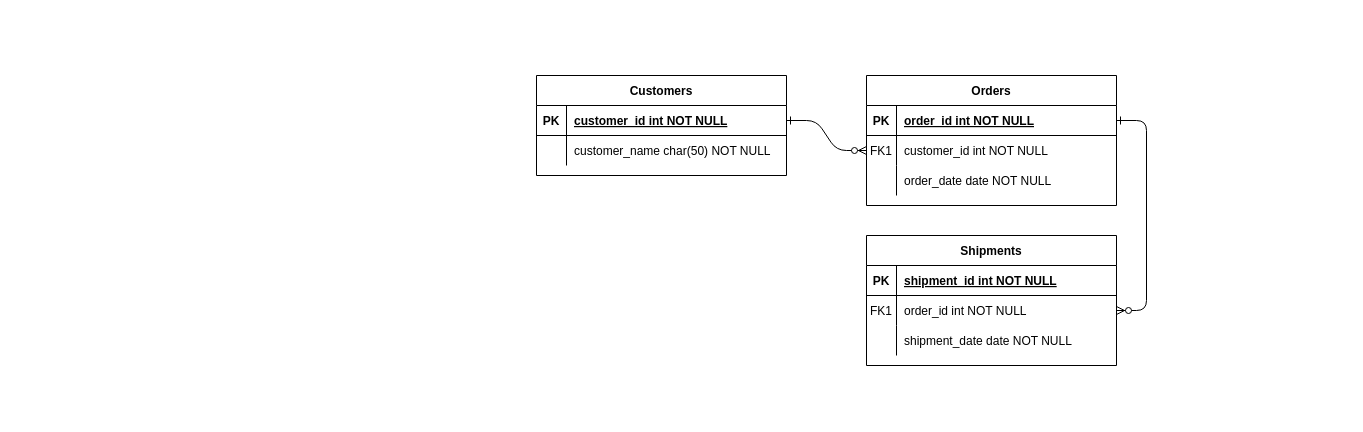
Before: validate_subsequence/Untitled Diagram.drawio in robisonJohn/Arrays, a draw.io diagram. Source tidied: cells renumbered, new cells numbered last; positions are measured from the earlier drawing's top-left corner, leaving out a move shared by most shapes. Both pictures are drawn from the tidied source at 100%, with x=0, y=0 at pixel (536, 75).
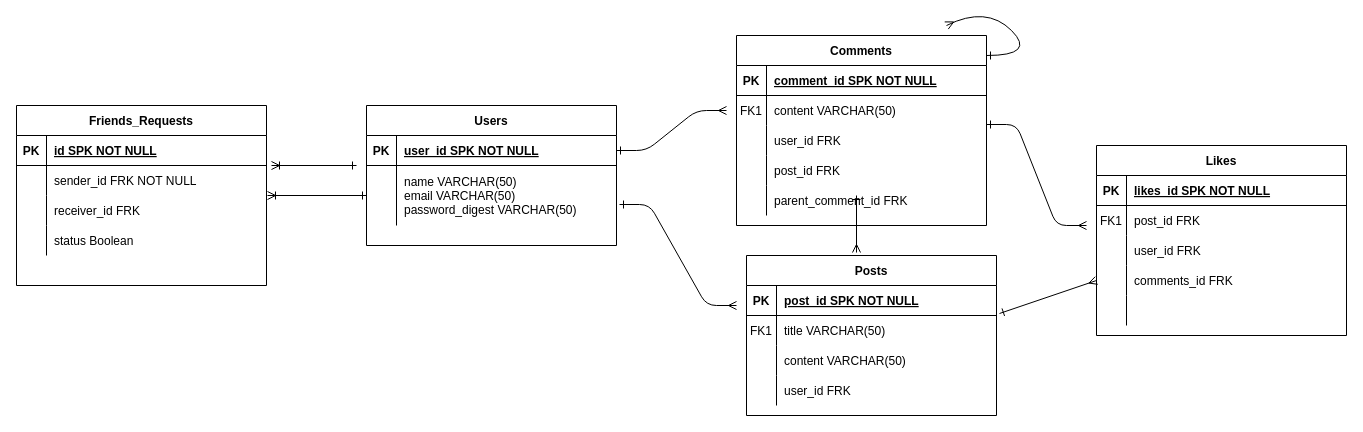
After the change.

Unchanged cells that the change refers to:
```xml
<mxCell id="5" style="shape=partialRectangle;fillColor=none;points=[[0,0.5],[1,0.5]];portConstraint=eastwest;top=0;left=0;right=0;bottom=1;" parent="4" vertex="1">
  <mxGeometry y="30" width="250" height="30" as="geometry" />
</mxCell>
<mxCell id="8" style="shape=partialRectangle;fillColor=none;points=[[0,0.5],[1,0.5]];portConstraint=eastwest;top=0;left=0;right=0;bottom=0;" parent="4" vertex="1">
  <mxGeometry y="60" width="250" height="30" as="geometry" />
</mxCell>
<mxCell id="11" style="shape=partialRectangle;fillColor=none;top=0;left=0;right=0;bottom=0;" parent="4" vertex="1">
  <mxGeometry y="90" width="250" height="30" as="geometry" />
</mxCell>
<mxCell id="15" style="shape=partialRectangle;fillColor=none;points=[[0,0.5],[1,0.5]];portConstraint=eastwest;top=0;left=0;right=0;bottom=1;" parent="14" vertex="1">
  <mxGeometry y="30" width="250" height="30" as="geometry" />
</mxCell>
<mxCell id="18" style="shape=partialRectangle;fillColor=none;points=[[0,0.5],[1,0.5]];portConstraint=eastwest;top=0;left=0;right=0;bottom=0;" parent="14" vertex="1">
  <mxGeometry y="60" width="250" height="30" as="geometry" />
</mxCell>
<mxCell id="21" style="shape=partialRectangle;fillColor=none;top=0;left=0;right=0;bottom=0;" parent="14" vertex="1">
  <mxGeometry y="90" width="250" height="30" as="geometry" />
</mxCell>
<mxCell id="25" style="shape=partialRectangle;fillColor=none;points=[[0,0.5],[1,0.5]];portConstraint=eastwest;top=0;left=0;right=0;bottom=1;" parent="24" vertex="1">
  <mxGeometry y="30" width="250" height="30" as="geometry" />
</mxCell>
```

Diff of the diagram source:
```diff
@@
-    <mxCell id="2" style="edgeStyle=entityRelationEdgeStyle;endArrow=ERzeroToMany;startArrow=ERone;endFill=1;startFill=0;" parent="1" edge="1" source="25" target="8">
-      <mxGeometry relative="1" as="geometry" />
+    <mxCell id="2" style="edgeStyle=entityRelationEdgeStyle;endArrow=ERmany;startArrow=ERone;endFill=0;startFill=0;" parent="1" edge="1" source="25">
+      <mxGeometry relative="1" as="geometry">
+        <mxPoint x="190" y="35" as="targetPoint" />
+      </mxGeometry>
     </mxCell>
-    <mxCell id="3" style="edgeStyle=entityRelationEdgeStyle;endArrow=ERzeroToMany;startArrow=ERone;endFill=1;startFill=0;" parent="1" edge="1" source="5" target="18">
-      <mxGeometry relative="1" as="geometry" />
-    </mxCell>
-    <mxCell id="4" value="Orders" style="shape=table;startSize=30;childLayout=tableLayout;rowLines=0;fontStyle=1;align=center;" parent="1" vertex="1">
-      <mxGeometry x="330" width="250" height="130" as="geometry" />
+    <mxCell id="4" value="Comments" style="shape=table;startSize=30;childLayout=tableLayout;rowLines=0;fontStyle=1;align=center;" parent="1" vertex="1">
+      <mxGeometry x="200" y="-40" width="250" height="190" as="geometry" />
     </mxCell>
@@
-    <mxCell id="7" value="order_id int NOT NULL " style="shape=partialRectangle;overflow=hidden;fillColor=none;top=0;left=0;bottom=0;right=0;align=left;spacingLeft=6;fontStyle=5;" parent="5" vertex="1">
+    <mxCell id="7" value="comment_id SPK NOT NULL " style="shape=partialRectangle;overflow=hidden;fillColor=none;top=0;left=0;bottom=0;right=0;align=left;spacingLeft=6;fontStyle=5;" parent="5" vertex="1">
       <mxGeometry x="30" width="220" height="30" as="geometry" />
     </mxCell>
@@
-    <mxCell id="10" value="customer_id int NOT NULL" style="shape=partialRectangle;overflow=hidden;fillColor=none;top=0;left=0;bottom=0;right=0;align=left;spacingLeft=6;" parent="8" vertex="1">
+    <mxCell id="10" value="content VARCHAR(50)" style="shape=partialRectangle;overflow=hidden;fillColor=none;top=0;left=0;bottom=0;right=0;align=left;spacingLeft=6;" parent="8" vertex="1">
       <mxGeometry x="30" width="220" height="30" as="geometry" />
     </mxCell>
@@
-    <mxCell id="13" value="order_date date NOT NULL" style="shape=partialRectangle;overflow=hidden;fillColor=none;top=0;left=0;bottom=0;right=0;align=left;spacingLeft=6;" parent="11" vertex="1">
+    <mxCell id="13" value="user_id FRK" style="shape=partialRectangle;overflow=hidden;fillColor=none;top=0;left=0;bottom=0;right=0;align=left;spacingLeft=6;" parent="11" vertex="1">
       <mxGeometry x="30" width="220" height="30" as="geometry" />
     </mxCell>
+    <mxCell id="31" style="shape=partialRectangle;fillColor=none;top=0;left=0;right=0;bottom=0;" parent="4" vertex="1">
+      <mxGeometry y="120" width="250" height="30" as="geometry" />
+    </mxCell>
+    <mxCell id="32" style="shape=partialRectangle;overflow=hidden;fillColor=none;top=0;left=0;bottom=0;right=0;" parent="31" vertex="1">
+      <mxGeometry width="30" height="30" as="geometry" />
+    </mxCell>
+    <mxCell id="33" value="post_id FRK" style="shape=partialRectangle;overflow=hidden;fillColor=none;top=0;left=0;bottom=0;right=0;align=left;spacingLeft=6;" parent="31" vertex="1">
+      <mxGeometry x="30" width="220" height="30" as="geometry" />
+    </mxCell>
+    <mxCell id="34" style="shape=partialRectangle;fillColor=none;top=0;left=0;right=0;bottom=0;" parent="4" vertex="1">
+      <mxGeometry y="150" width="250" height="30" as="geometry" />
+    </mxCell>
+    <mxCell id="35" style="shape=partialRectangle;overflow=hidden;fillColor=none;top=0;left=0;bottom=0;right=0;" parent="34" vertex="1">
+      <mxGeometry width="30" height="30" as="geometry" />
+    </mxCell>
+    <mxCell id="36" value="parent_comment_id FRK" style="shape=partialRectangle;overflow=hidden;fillColor=none;top=0;left=0;bottom=0;right=0;align=left;spacingLeft=6;" parent="34" vertex="1">
+      <mxGeometry x="30" width="220" height="30" as="geometry" />
+    </mxCell>
-    <mxCell id="14" value="Shipments" style="shape=table;startSize=30;childLayout=tableLayout;rowLines=0;fontStyle=1;align=center;" parent="1" vertex="1">
-      <mxGeometry x="330" y="160" width="250" height="130" as="geometry" />
+    <mxCell id="14" value="Posts" style="shape=table;startSize=30;childLayout=tableLayout;rowLines=0;fontStyle=1;align=center;" parent="1" vertex="1">
+      <mxGeometry x="210" y="180" width="250" height="160" as="geometry" />
     </mxCell>
@@
-    <mxCell id="17" value="shipment_id int NOT NULL " style="shape=partialRectangle;overflow=hidden;fillColor=none;top=0;left=0;bottom=0;right=0;align=left;spacingLeft=6;fontStyle=5;" parent="15" vertex="1">
+    <mxCell id="17" value="post_id SPK NOT NULL " style="shape=partialRectangle;overflow=hidden;fillColor=none;top=0;left=0;bottom=0;right=0;align=left;spacingLeft=6;fontStyle=5;" parent="15" vertex="1">
       <mxGeometry x="30" width="220" height="30" as="geometry" />
     </mxCell>
@@
-    <mxCell id="20" value="order_id int NOT NULL" style="shape=partialRectangle;overflow=hidden;fillColor=none;top=0;left=0;bottom=0;right=0;align=left;spacingLeft=6;" parent="18" vertex="1">
+    <mxCell id="20" value="title VARCHAR(50)" style="shape=partialRectangle;overflow=hidden;fillColor=none;top=0;left=0;bottom=0;right=0;align=left;spacingLeft=6;" parent="18" vertex="1">
       <mxGeometry x="30" width="220" height="30" as="geometry" />
     </mxCell>
@@
-    <mxCell id="23" value="shipment_date date NOT NULL" style="shape=partialRectangle;overflow=hidden;fillColor=none;top=0;left=0;bottom=0;right=0;align=left;spacingLeft=6;" parent="21" vertex="1">
+    <mxCell id="23" value="content VARCHAR(50)" style="shape=partialRectangle;overflow=hidden;fillColor=none;top=0;left=0;bottom=0;right=0;align=left;spacingLeft=6;" parent="21" vertex="1">
       <mxGeometry x="30" width="220" height="30" as="geometry" />
     </mxCell>
+    <mxCell id="37" style="shape=partialRectangle;fillColor=none;top=0;left=0;right=0;bottom=0;" parent="14" vertex="1">
+      <mxGeometry y="120" width="250" height="30" as="geometry" />
+    </mxCell>
+    <mxCell id="38" style="shape=partialRectangle;overflow=hidden;fillColor=none;top=0;left=0;bottom=0;right=0;" parent="37" vertex="1">
+      <mxGeometry width="30" height="30" as="geometry" />
+    </mxCell>
+    <mxCell id="39" value="user_id FRK" style="shape=partialRectangle;overflow=hidden;fillColor=none;top=0;left=0;bottom=0;right=0;align=left;spacingLeft=6;" parent="37" vertex="1">
+      <mxGeometry x="30" width="220" height="30" as="geometry" />
+    </mxCell>
-    <mxCell id="24" value="Customers" style="shape=table;startSize=30;childLayout=tableLayout;rowLines=0;fontStyle=1;align=center;" parent="1" vertex="1">
-      <mxGeometry width="250" height="100" as="geometry" />
+    <mxCell id="24" value="Users" style="shape=table;startSize=30;childLayout=tableLayout;rowLines=0;fontStyle=1;align=center;" parent="1" vertex="1">
+      <mxGeometry x="-170" y="30" width="250" height="140" as="geometry" />
     </mxCell>
@@
-    <mxCell id="27" value="customer_id int NOT NULL " style="shape=partialRectangle;overflow=hidden;fillColor=none;top=0;left=0;bottom=0;right=0;align=left;spacingLeft=6;fontStyle=5;" parent="25" vertex="1">
+    <mxCell id="27" value="user_id SPK NOT NULL " style="shape=partialRectangle;overflow=hidden;fillColor=none;top=0;left=0;bottom=0;right=0;align=left;spacingLeft=6;fontStyle=5;" parent="25" vertex="1">
       <mxGeometry x="30" width="220" height="30" as="geometry" />
     </mxCell>
     <mxCell id="28" style="shape=partialRectangle;fillColor=none;points=[[0,0.5],[1,0.5]];portConstraint=eastwest;top=0;left=0;right=0;bottom=0;" parent="24" vertex="1">
-      <mxGeometry y="60" width="250" height="30" as="geometry" />
+      <mxGeometry y="60" width="250" height="60" as="geometry" />
     </mxCell>
     <mxCell id="29" style="shape=partialRectangle;overflow=hidden;fillColor=none;top=0;left=0;bottom=0;right=0;" parent="28" vertex="1">
-      <mxGeometry width="30" height="30" as="geometry" />
+      <mxGeometry width="30" height="60" as="geometry" />
     </mxCell>
-    <mxCell id="30" value="customer_name char(50) NOT NULL" style="shape=partialRectangle;overflow=hidden;fillColor=none;top=0;left=0;bottom=0;right=0;align=left;spacingLeft=6;" parent="28" vertex="1">
-      <mxGeometry x="30" width="220" height="30" as="geometry" />
+    <mxCell id="30" value="name VARCHAR(50)&#10;email VARCHAR(50)&#10;password_digest VARCHAR(50)" style="shape=partialRectangle;overflow=hidden;fillColor=none;top=0;left=0;bottom=0;right=0;align=left;spacingLeft=6;" parent="28" vertex="1">
+      <mxGeometry x="30" width="220" height="60" as="geometry" />
     </mxCell>
+    <mxCell id="40" value="Friends_Requests" style="shape=table;startSize=30;childLayout=tableLayout;rowLines=0;fontStyle=1;align=center;" parent="1" vertex="1">
+      <mxGeometry x="-520" y="30" width="250" height="180" as="geometry" />
+    </mxCell>
+    <mxCell id="41" style="shape=partialRectangle;fillColor=none;top=0;left=0;right=0;bottom=1;" parent="40" vertex="1">
+      <mxGeometry y="30" width="250" height="30" as="geometry" />
+    </mxCell>
+    <mxCell id="42" value="PK" style="shape=partialRectangle;overflow=hidden;fillColor=none;top=0;left=0;bottom=0;right=0;fontStyle=1;" parent="41" vertex="1">
+      <mxGeometry width="30" height="30" as="geometry" />
+    </mxCell>
+    <mxCell id="43" value="id SPK NOT NULL " style="shape=partialRectangle;overflow=hidden;fillColor=none;top=0;left=0;bottom=0;right=0;align=left;spacingLeft=6;fontStyle=5;" parent="41" vertex="1">
+      <mxGeometry x="30" width="220" height="30" as="geometry" />
+    </mxCell>
+    <mxCell id="44" style="shape=partialRectangle;fillColor=none;points=[[0,0.5],[1,0.5]];portConstraint=eastwest;top=0;left=0;right=0;bottom=0;" parent="40" vertex="1">
+      <mxGeometry y="60" width="250" height="30" as="geometry" />
+    </mxCell>
+    <mxCell id="45" style="shape=partialRectangle;overflow=hidden;fillColor=none;top=0;left=0;bottom=0;right=0;" parent="44" vertex="1">
+      <mxGeometry width="30" height="30" as="geometry" />
+    </mxCell>
+    <mxCell id="46" value="sender_id FRK NOT NULL" style="shape=partialRectangle;overflow=hidden;fillColor=none;top=0;left=0;bottom=0;right=0;align=left;spacingLeft=6;" parent="44" vertex="1">
+      <mxGeometry x="30" width="220" height="30" as="geometry" />
+    </mxCell>
+    <mxCell id="47" style="shape=partialRectangle;fillColor=none;top=0;left=0;right=0;bottom=0;" parent="40" vertex="1">
+      <mxGeometry y="90" width="250" height="30" as="geometry" />
+    </mxCell>
+    <mxCell id="48" style="shape=partialRectangle;overflow=hidden;fillColor=none;top=0;left=0;bottom=0;right=0;" parent="47" vertex="1">
+      <mxGeometry width="30" height="30" as="geometry" />
+    </mxCell>
+    <mxCell id="49" value="receiver_id FRK " style="shape=partialRectangle;overflow=hidden;fillColor=none;top=0;left=0;bottom=0;right=0;align=left;spacingLeft=6;" parent="47" vertex="1">
+      <mxGeometry x="30" width="220" height="30" as="geometry" />
+    </mxCell>
+    <mxCell id="50" style="shape=partialRectangle;fillColor=none;top=0;left=0;right=0;bottom=0;" parent="40" vertex="1">
+      <mxGeometry y="120" width="250" height="30" as="geometry" />
+    </mxCell>
+    <mxCell id="51" style="shape=partialRectangle;overflow=hidden;fillColor=none;top=0;left=0;bottom=0;right=0;" parent="50" vertex="1">
+      <mxGeometry width="30" height="30" as="geometry" />
+    </mxCell>
+    <mxCell id="52" value="status Boolean" style="shape=partialRectangle;overflow=hidden;fillColor=none;top=0;left=0;bottom=0;right=0;align=left;spacingLeft=6;" parent="50" vertex="1">
+      <mxGeometry x="30" width="220" height="30" as="geometry" />
+    </mxCell>
+    <mxCell id="53" value="Likes" style="shape=table;startSize=30;childLayout=tableLayout;rowLines=0;fontStyle=1;align=center;" parent="1" vertex="1">
+      <mxGeometry x="560" y="70" width="250" height="190" as="geometry" />
+    </mxCell>
+    <mxCell id="54" style="shape=partialRectangle;fillColor=none;top=0;left=0;right=0;bottom=1;" parent="53" vertex="1">
+      <mxGeometry y="30" width="250" height="30" as="geometry" />
+    </mxCell>
+    <mxCell id="55" value="PK" style="shape=partialRectangle;overflow=hidden;fillColor=none;top=0;left=0;bottom=0;right=0;fontStyle=1;" parent="54" vertex="1">
+      <mxGeometry width="30" height="30" as="geometry" />
+    </mxCell>
+    <mxCell id="56" value="likes_id SPK NOT NULL " style="shape=partialRectangle;overflow=hidden;fillColor=none;top=0;left=0;bottom=0;right=0;align=left;spacingLeft=6;fontStyle=5;" parent="54" vertex="1">
+      <mxGeometry x="30" width="220" height="30" as="geometry" />
+    </mxCell>
+    <mxCell id="57" style="shape=partialRectangle;fillColor=none;top=0;left=0;right=0;bottom=0;" parent="53" vertex="1">
+      <mxGeometry y="60" width="250" height="30" as="geometry" />
+    </mxCell>
+    <mxCell id="58" value="FK1" style="shape=partialRectangle;overflow=hidden;fillColor=none;top=0;left=0;bottom=0;right=0;" parent="57" vertex="1">
+      <mxGeometry width="30" height="30" as="geometry" />
+    </mxCell>
+    <mxCell id="59" value="post_id FRK" style="shape=partialRectangle;overflow=hidden;fillColor=none;top=0;left=0;bottom=0;right=0;align=left;spacingLeft=6;" parent="57" vertex="1">
+      <mxGeometry x="30" width="220" height="30" as="geometry" />
+    </mxCell>
+    <mxCell id="60" style="shape=partialRectangle;fillColor=none;top=0;left=0;right=0;bottom=0;" parent="53" vertex="1">
+      <mxGeometry y="90" width="250" height="30" as="geometry" />
+    </mxCell>
+    <mxCell id="61" style="shape=partialRectangle;overflow=hidden;fillColor=none;top=0;left=0;bottom=0;right=0;" parent="60" vertex="1">
+      <mxGeometry width="30" height="30" as="geometry" />
+    </mxCell>
+    <mxCell id="62" value="user_id FRK" style="shape=partialRectangle;overflow=hidden;fillColor=none;top=0;left=0;bottom=0;right=0;align=left;spacingLeft=6;" parent="60" vertex="1">
+      <mxGeometry x="30" width="220" height="30" as="geometry" />
+    </mxCell>
+    <mxCell id="63" style="shape=partialRectangle;fillColor=none;points=[[0,0.5],[1,0.5]];portConstraint=eastwest;top=0;left=0;right=0;bottom=0;" parent="53" vertex="1">
+      <mxGeometry y="120" width="250" height="30" as="geometry" />
+    </mxCell>
+    <mxCell id="64" style="shape=partialRectangle;overflow=hidden;fillColor=none;top=0;left=0;bottom=0;right=0;" parent="63" vertex="1">
+      <mxGeometry width="30" height="30" as="geometry" />
+    </mxCell>
+    <mxCell id="65" value="comments_id FRK" style="shape=partialRectangle;overflow=hidden;fillColor=none;top=0;left=0;bottom=0;right=0;align=left;spacingLeft=6;" parent="63" vertex="1">
+      <mxGeometry x="30" width="220" height="30" as="geometry" />
+    </mxCell>
+    <mxCell id="66" style="shape=partialRectangle;fillColor=none;top=0;left=0;right=0;bottom=0;" parent="53" vertex="1">
+      <mxGeometry y="150" width="250" height="30" as="geometry" />
+    </mxCell>
+    <mxCell id="67" style="shape=partialRectangle;overflow=hidden;fillColor=none;top=0;left=0;bottom=0;right=0;" parent="66" vertex="1">
+      <mxGeometry width="30" height="30" as="geometry" />
+    </mxCell>
+    <mxCell id="68" style="shape=partialRectangle;overflow=hidden;fillColor=none;top=0;left=0;bottom=0;right=0;align=left;spacingLeft=6;" parent="66" vertex="1">
+      <mxGeometry x="30" width="220" height="30" as="geometry" />
+    </mxCell>
+    <mxCell id="69" style="edgeStyle=entityRelationEdgeStyle;endArrow=ERmany;startArrow=ERone;endFill=0;startFill=0;exitX=1.012;exitY=0.65;exitDx=0;exitDy=0;exitPerimeter=0;" parent="1" edge="1" source="28">
+      <mxGeometry relative="1" as="geometry">
+        <mxPoint x="200" y="230" as="targetPoint" />
+      </mxGeometry>
+    </mxCell>
+    <mxCell id="70" style="endArrow=ERone;html=1;endFill=0;startArrow=ERmany;startFill=0;" parent="1" edge="1">
+      <mxGeometry relative="1" as="geometry">
+        <mxPoint x="320" y="177" as="sourcePoint" />
+        <mxPoint x="320" y="120" as="targetPoint" />
+      </mxGeometry>
+    </mxCell>
+    <mxCell id="71" style="endArrow=ERone;html=1;exitX=1.02;exitY=0;exitDx=0;exitDy=0;exitPerimeter=0;startArrow=ERoneToMany;startFill=0;endFill=0;" parent="1" edge="1" source="44">
+      <mxGeometry relative="1" as="geometry">
+        <mxPoint x="-180" y="90" as="targetPoint" />
+      </mxGeometry>
+    </mxCell>
+    <mxCell id="72" style="edgeStyle=entityRelationEdgeStyle;endArrow=ERmany;startArrow=ERone;endFill=0;startFill=0;" parent="1" edge="1">
+      <mxGeometry relative="1" as="geometry">
+        <mxPoint x="450" y="49" as="sourcePoint" />
+        <mxPoint x="550" y="150" as="targetPoint" />
+      </mxGeometry>
+    </mxCell>
+    <mxCell id="73" style="endArrow=ERmany;html=1;exitX=1.012;exitY=0.933;exitDx=0;exitDy=0;exitPerimeter=0;startArrow=ERone;startFill=0;endFill=0;entryX=0;entryY=0.5;entryDx=0;entryDy=0;" parent="1" edge="1" source="15" target="63">
+      <mxGeometry relative="1" as="geometry" />
+    </mxCell>
+    <mxCell id="74" style="endArrow=ERone;html=1;exitX=1.004;exitY=1;exitDx=0;exitDy=0;exitPerimeter=0;startArrow=ERoneToMany;startFill=0;endFill=0;" parent="1" edge="1" source="44">
+      <mxGeometry relative="1" as="geometry">
+        <mxPoint x="-170" y="120" as="targetPoint" />
+      </mxGeometry>
+    </mxCell>
+    <mxCell id="75" style="endArrow=ERmany;html=1;startArrow=ERone;startFill=0;endFill=0;curved=1;" parent="1" edge="1">
+      <mxGeometry relative="1" as="geometry">
+        <mxPoint x="450" y="-20" as="sourcePoint" />
+        <mxPoint x="410" y="-50" as="targetPoint" />
+        <Array as="points">
+          <mxPoint x="500" y="-20" />
+          <mxPoint x="450" y="-70" />
+        </Array>
+      </mxGeometry>
+    </mxCell>
```
